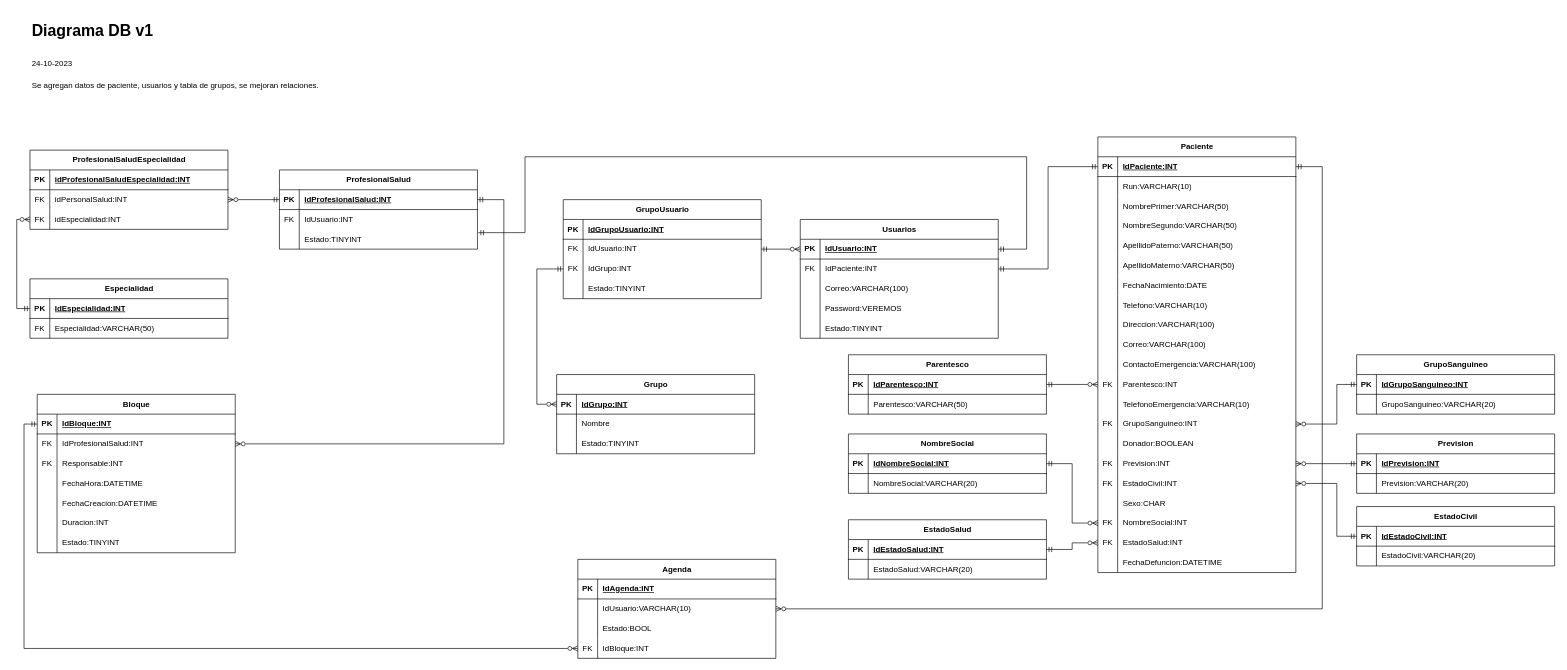
This is DiagramaDB.drawio from JonaNomas/his-diagram, a draw.io file, before an edit. Source tidied: cells renumbered, new cells numbered last; positions are measured from the earlier drawing's top-left corner, leaving out a move shared by most shapes. Both pictures are drawn from the tidied source at 66%, with x=0, y=0 at pixel (28, 18).
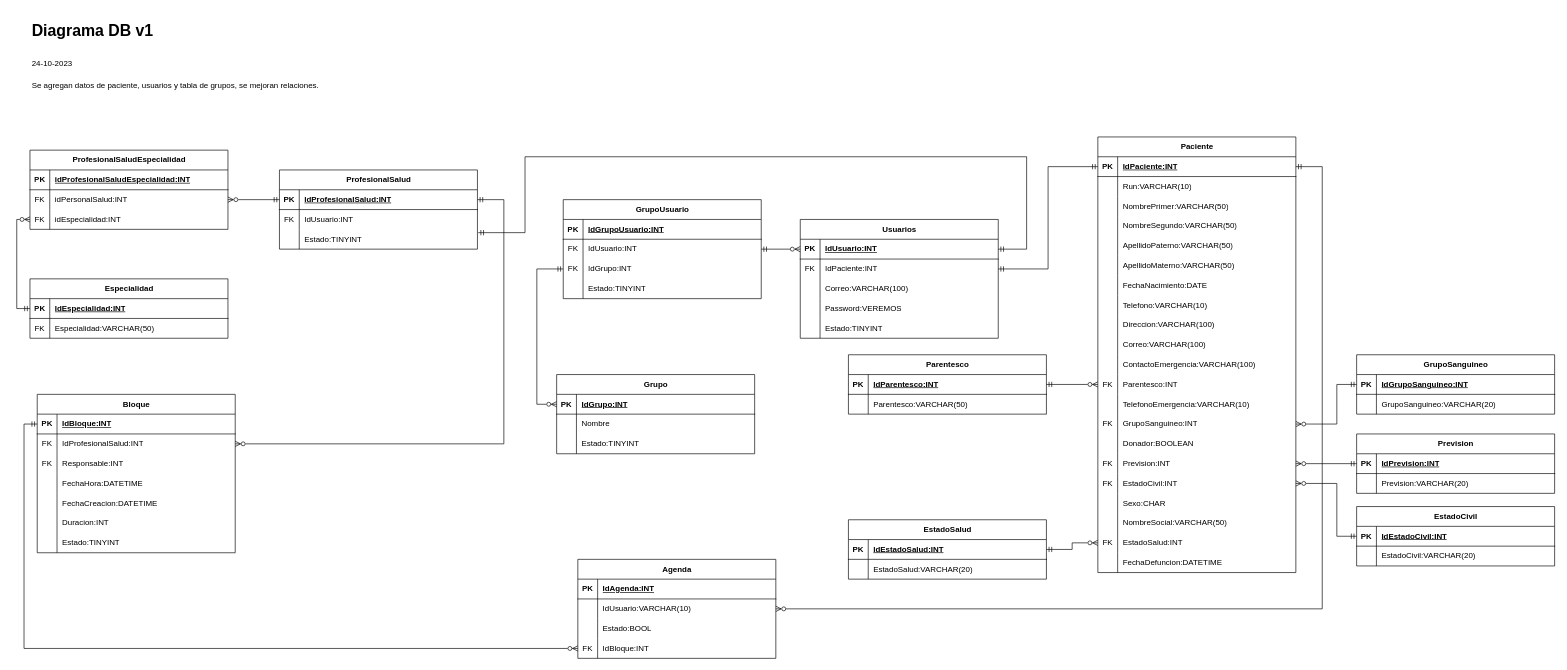
After the change.

The change refers to these unchanged cells:
```xml
<mxCell id="57" style="shape=tableRow;horizontal=0;startSize=0;swimlaneHead=0;swimlaneBody=0;fillColor=none;points=[[0,0.5],[1,0.5]];portConstraint=eastwest;top=0;left=0;right=0;bottom=0;" parent="2" vertex="1">
  <mxGeometry y="570" width="300" height="30" as="geometry" />
</mxCell>
```

Change to the diagram source:
```diff
@@
-    <mxCell id="58" value="FK" style="shape=partialRectangle;fillColor=none;top=0;left=0;bottom=0;right=0;overflow=hidden;whiteSpace=wrap;html=1;" parent="57" vertex="1">
+    <mxCell id="58" style="shape=partialRectangle;fillColor=none;top=0;left=0;bottom=0;right=0;overflow=hidden;whiteSpace=wrap;html=1;" parent="57" vertex="1">
       <mxGeometry width="30" height="30" as="geometry" />
     </mxCell>
-    <mxCell id="59" value="NombreSocial:INT" style="shape=partialRectangle;fillColor=none;top=0;left=0;bottom=0;right=0;align=left;spacingLeft=6;overflow=hidden;whiteSpace=wrap;html=1;" parent="57" vertex="1">
+    <mxCell id="59" value="NombreSocial:VARCHAR(50)" style="shape=partialRectangle;fillColor=none;top=0;left=0;bottom=0;right=0;align=left;spacingLeft=6;overflow=hidden;whiteSpace=wrap;html=1;" parent="57" vertex="1">
       <mxGeometry x="30" width="270" height="30" as="geometry" />
     </mxCell>
@@
-    <mxCell id="202" value="NombreSocial" style="shape=table;startSize=30;childLayout=tableLayout;rowLines=0;fontStyle=1;align=center;html=1;" parent="1" vertex="1">
-      <mxGeometry x="1242" y="630" width="300" height="90" as="geometry" />
-    </mxCell>
-    <mxCell id="203" style="shape=tableRow;horizontal=0;startSize=0;swimlaneHead=0;swimlaneBody=0;fillColor=none;points=[[0,0.5],[1,0.5]];portConstraint=eastwest;top=0;left=0;right=0;bottom=1;" parent="202" vertex="1">
-      <mxGeometry y="30" width="300" height="30" as="geometry" />
-    </mxCell>
-    <mxCell id="204" value="PK" style="shape=partialRectangle;fillColor=none;top=0;left=0;bottom=0;right=0;fontStyle=1;overflow=hidden;whiteSpace=wrap;html=1;" parent="203" vertex="1">
-      <mxGeometry width="30" height="30" as="geometry" />
-    </mxCell>
-    <mxCell id="205" value="IdNombreSocial:INT" style="shape=partialRectangle;fillColor=none;top=0;left=0;bottom=0;right=0;align=left;spacingLeft=6;fontStyle=5;overflow=hidden;whiteSpace=wrap;html=1;" parent="203" vertex="1">
-      <mxGeometry x="30" width="270" height="30" as="geometry" />
-    </mxCell>
-    <mxCell id="206" style="shape=tableRow;horizontal=0;startSize=0;swimlaneHead=0;swimlaneBody=0;fillColor=none;top=0;left=0;right=0;bottom=0;" parent="202" vertex="1">
-      <mxGeometry y="60" width="300" height="30" as="geometry" />
-    </mxCell>
-    <mxCell id="207" style="shape=partialRectangle;fillColor=none;top=0;left=0;bottom=0;right=0;overflow=hidden;whiteSpace=wrap;html=1;" parent="206" vertex="1">
-      <mxGeometry width="30" height="30" as="geometry" />
-    </mxCell>
-    <mxCell id="208" value="NombreSocial:VARCHAR(20)" style="shape=partialRectangle;fillColor=none;top=0;left=0;bottom=0;right=0;align=left;spacingLeft=6;overflow=hidden;whiteSpace=wrap;html=1;" parent="206" vertex="1">
-      <mxGeometry x="30" width="270" height="30" as="geometry" />
-    </mxCell>
-    <mxCell id="209" style="edgeStyle=orthogonalEdgeStyle;rounded=0;jettySize=auto;html=1;entryX=1;entryY=0.5;entryDx=0;entryDy=0;startArrow=ERzeroToMany;startFill=0;endArrow=ERmandOne;endFill=0;" parent="1" edge="1" source="57" target="203">
-      <mxGeometry relative="1" as="geometry" />
-    </mxCell>
```
